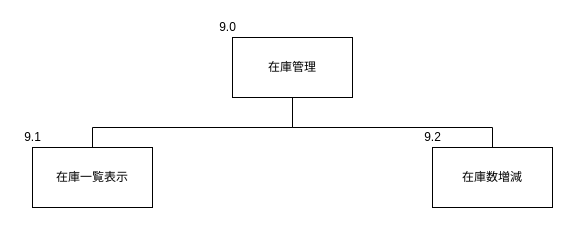
Before: サブシステム構造図/在庫管理.drawio in Yamanin3/system-devel, a draw.io diagram. Source tidied: cells renumbered, new cells numbered last; positions are measured from the earlier drawing's top-left corner, leaving out a move shared by most shapes. Both pictures are drawn from the tidied source at 100%, with x=0, y=0 at pixel (17, 17).
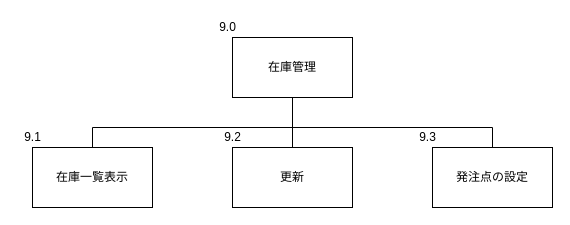
Above is the later version.

The edit, as a diff of the source:
```diff
@@
 <mxGraphModel>
   <root>
     <mxCell id="0" />
     <mxCell id="1" parent="0" />
     <mxCell id="2" value="在庫管理" style="whiteSpace=wrap;html=1;align=center;" parent="1" vertex="1">
       <mxGeometry x="215" y="20" width="120" height="60" as="geometry" />
     </mxCell>
     <mxCell id="3" style="edgeStyle=elbowEdgeStyle;elbow=vertical;startArrow=none;endArrow=none;rounded=0;exitX=0.5;exitY=1;exitDx=0;exitDy=0;" parent="1" edge="1" source="2">
       <mxGeometry relative="1" as="geometry">
         <mxPoint x="75" y="130" as="targetPoint" />
         <Array as="points">
           <mxPoint x="275" y="110" />
           <mxPoint x="145" y="90" />
         </Array>
       </mxGeometry>
     </mxCell>
     <mxCell id="4" value="9.0" style="text;html=1;align=center;verticalAlign=middle;fillColor=none;strokeColor=none;rounded=0;" parent="1" vertex="1">
       <mxGeometry x="195" width="30" height="20" as="geometry" />
     </mxCell>
     <mxCell id="5" value="在庫一覧表示" style="whiteSpace=wrap;html=1;align=center;" parent="1" vertex="1">
       <mxGeometry x="15" y="130" width="120" height="60" as="geometry" />
     </mxCell>
     <mxCell id="6" style="edgeStyle=elbowEdgeStyle;elbow=vertical;startArrow=none;endArrow=none;rounded=0;exitX=0.5;exitY=1;exitDx=0;exitDy=0;entryX=0.5;entryY=0;entryDx=0;entryDy=0;" parent="1" edge="1" source="2" target="7">
       <mxGeometry relative="1" as="geometry">
         <Array as="points">
-          <mxPoint x="475" y="110" />
-          <mxPoint x="345" y="90" />
+          <mxPoint x="265" y="100" />
         </Array>
       </mxGeometry>
     </mxCell>
-    <mxCell id="7" value="在庫数増減" style="whiteSpace=wrap;html=1;align=center;" parent="1" vertex="1">
-      <mxGeometry x="415" y="130" width="120" height="60" as="geometry" />
+    <mxCell id="7" value="更新" style="whiteSpace=wrap;html=1;align=center;" parent="1" vertex="1">
+      <mxGeometry x="215" y="130" width="120" height="60" as="geometry" />
     </mxCell>
     <mxCell id="8" value="9.1" style="text;html=1;align=center;verticalAlign=middle;fillColor=none;strokeColor=none;rounded=0;" parent="1" vertex="1">
       <mxGeometry y="110" width="30" height="20" as="geometry" />
     </mxCell>
     <mxCell id="9" value="9.2" style="text;html=1;align=center;verticalAlign=middle;fillColor=none;strokeColor=none;rounded=0;" parent="1" vertex="1">
-      <mxGeometry x="400" y="110" width="30" height="20" as="geometry" />
+      <mxGeometry x="200" y="110" width="30" height="20" as="geometry" />
     </mxCell>
+    <mxCell id="10" value="発注点の設定" style="whiteSpace=wrap;html=1;align=center;" parent="1" vertex="1">
+      <mxGeometry x="415" y="130" width="120" height="60" as="geometry" />
+    </mxCell>
+    <mxCell id="11" value="9.3" style="text;html=1;align=center;verticalAlign=middle;fillColor=none;strokeColor=none;rounded=0;" parent="1" vertex="1">
+      <mxGeometry x="395" y="110" width="30" height="20" as="geometry" />
+    </mxCell>
+    <mxCell id="12" style="edgeStyle=elbowEdgeStyle;elbow=vertical;startArrow=none;endArrow=none;rounded=0;entryX=0.5;entryY=0;entryDx=0;entryDy=0;" parent="1" edge="1" target="10">
+      <mxGeometry relative="1" as="geometry">
+        <mxPoint x="275" y="80" as="sourcePoint" />
+        <Array as="points">
+          <mxPoint x="275" y="110" />
+        </Array>
+      </mxGeometry>
+    </mxCell>
   </root>
 </mxGraphModel>
```
